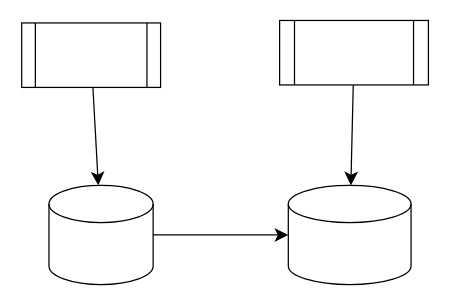
The draw.io diagram Untitled Diagram.drawio in nndk91/RAG_ImEx, before the edit. Source tidied: cells renumbered, new cells numbered last; positions are measured from the earlier drawing's top-left corner, leaving out a move shared by most shapes. Both pictures are drawn from the tidied source at 124%, with x=0, y=0 at pixel (21, 20).
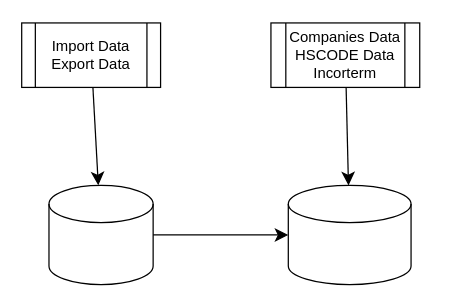
The same page after the edit.

Change to the diagram source:
```diff
@@
 <mxGraphModel>
   <root>
     <mxCell id="0" />
     <mxCell id="1" parent="0" />
     <mxCell id="2" style="edgeStyle=none;curved=1;rounded=0;jettySize=auto;html=1;fontSize=12;startSize=8;endSize=8;" parent="1" edge="1" source="3" target="4">
       <mxGeometry relative="1" as="geometry" />
     </mxCell>
-    <mxCell id="3" style="shape=process;whiteSpace=wrap;html=1;backgroundOutline=1;" parent="1" vertex="1">
+    <mxCell id="3" value="Import Data&lt;div&gt;Export Data&lt;/div&gt;" style="shape=process;whiteSpace=wrap;html=1;backgroundOutline=1;" parent="1" vertex="1">
       <mxGeometry y="2" width="112" height="52" as="geometry" />
     </mxCell>
     <mxCell id="4" style="shape=cylinder3;whiteSpace=wrap;html=1;boundedLbl=1;backgroundOutline=1;size=15;" parent="1" vertex="1">
       <mxGeometry x="22" y="133" width="84" height="80" as="geometry" />
     </mxCell>
     <mxCell id="5" style="edgeStyle=none;curved=1;rounded=0;jettySize=auto;html=1;fontSize=12;startSize=8;endSize=8;" parent="1" edge="1" source="6" target="8">
       <mxGeometry relative="1" as="geometry" />
     </mxCell>
-    <mxCell id="6" style="shape=process;whiteSpace=wrap;html=1;backgroundOutline=1;" parent="1" vertex="1">
-      <mxGeometry x="208" width="120" height="52" as="geometry" />
+    <mxCell id="6" value="Companies Data&lt;div&gt;HSCODE Data&lt;/div&gt;&lt;div&gt;Incorterm&lt;/div&gt;" style="shape=process;whiteSpace=wrap;html=1;backgroundOutline=1;" parent="1" vertex="1">
+      <mxGeometry x="201" y="2" width="120" height="52" as="geometry" />
     </mxCell>
     <mxCell id="7" style="edgeStyle=none;curved=1;rounded=0;jettySize=auto;html=1;fontSize=12;startSize=8;endSize=8;entryX=0;entryY=0.5;entryDx=0;entryDy=0;entryPerimeter=0;" parent="1" edge="1" source="4" target="8">
       <mxGeometry relative="1" as="geometry" />
     </mxCell>
     <mxCell id="8" style="shape=cylinder3;whiteSpace=wrap;html=1;boundedLbl=1;backgroundOutline=1;size=15;" parent="1" vertex="1">
       <mxGeometry x="215" y="133" width="99" height="80" as="geometry" />
     </mxCell>
   </root>
 </mxGraphModel>
```
